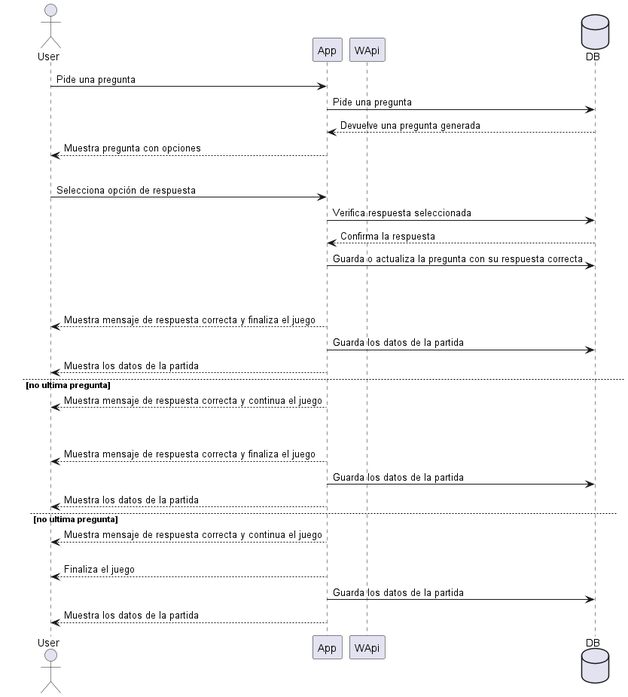
Earlier version of the PlantUML export images/Respuesta.png (Arquisoft/wiq_es6b).
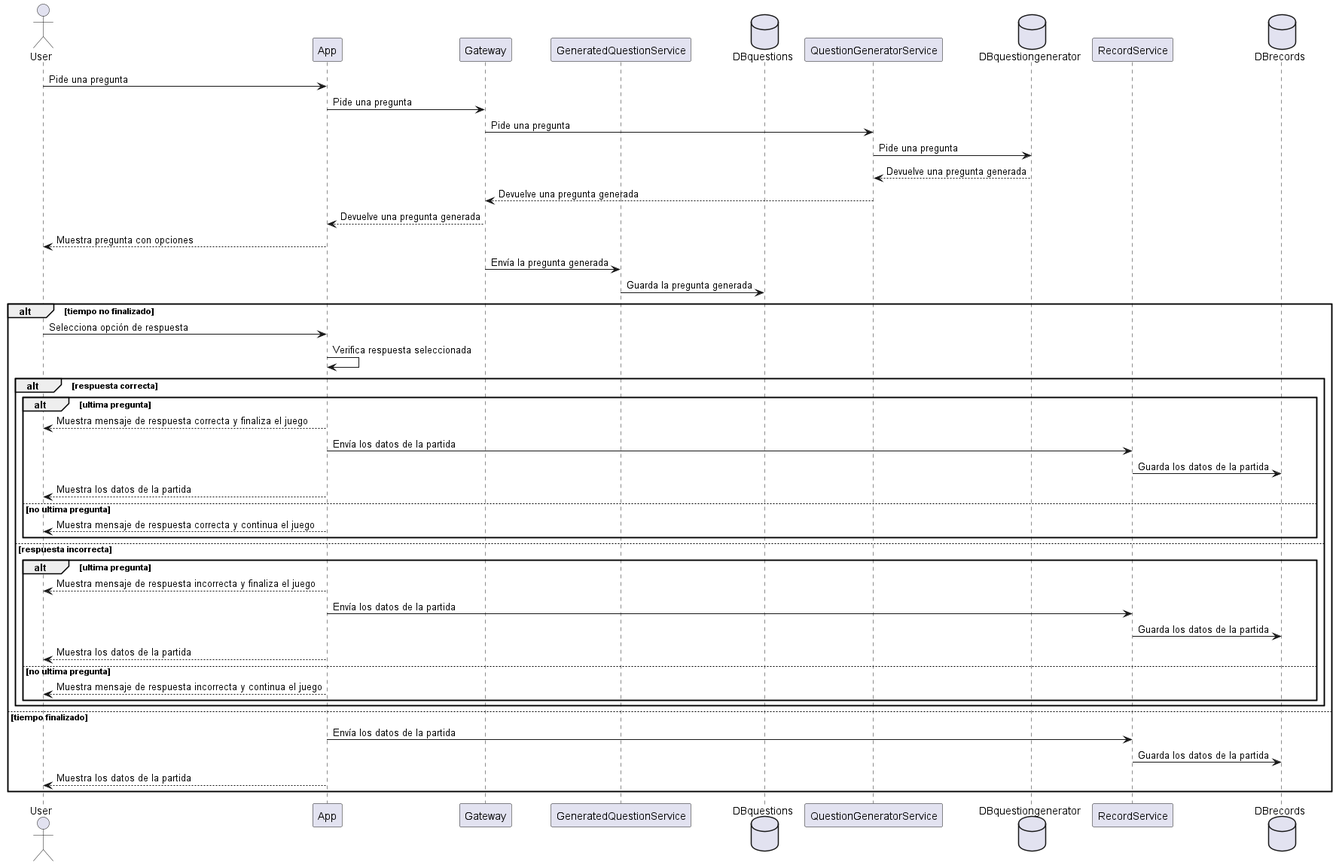
After the commit.

The edit, as a diff of the source:
```diff
@@ -1,34 +1,49 @@
 @startuml
 actor User
 participant App
-participant WApi
-database DB
+participant Gateway
+participant GeneratedQuestionService
+database DBquestions
+participant QuestionGeneratorService
+database DBquestiongenerator
+participant RecordService
+database DBrecords
 
 User -> App: Pide una pregunta
-App -> DB: Pide una pregunta
-App <-- DB: Devuelve una pregunta generada
+App -> Gateway: Pide una pregunta
+Gateway-> QuestionGeneratorService: Pide una pregunta
+QuestionGeneratorService -> DBquestiongenerator: Pide una pregunta
+QuestionGeneratorService <-- DBquestiongenerator: Devuelve una pregunta generada
+Gateway <-- QuestionGeneratorService : Devuelve una pregunta generada
+App <-- Gateway: Devuelve una pregunta generada
 User <-- App: Muestra pregunta con opciones
+Gateway -> GeneratedQuestionService: Envía la pregunta generada
+GeneratedQuestionService-> DBquestions: Guarda la pregunta generada
 alt tiempo no finalizado
     User -> App: Selecciona opción de respuesta
-    App -> DB: Verifica respuesta seleccionada
-    App <-- DB: Confirma la respuesta
-    App -> DB: Guarda o actualiza la pregunta con su respuesta correcta
+    App -> App: Verifica respuesta seleccionada
     alt respuesta correcta
         alt ultima pregunta
             User <-- App: Muestra mensaje de respuesta correcta y finaliza el juego
-            App -> DB: Guarda los datos de la partida
+            App -> RecordService: Envía los datos de la partida
+            RecordService -> DBrecords: Guarda los datos de la partida
             User <-- App: Muestra los datos de la partida
         else no ultima pregunta
             User <-- App: Muestra mensaje de respuesta correcta y continua el juego
+        end
     else respuesta incorrecta
         alt ultima pregunta
-            User <-- App: Muestra mensaje de respuesta correcta y finaliza el juego
-            App -> DB: Guarda los datos de la partida
+            User <-- App: Muestra mensaje de respuesta incorrecta y finaliza el juego
+            App -> RecordService: Envía los datos de la partida
+            RecordService -> DBrecords: Guarda los datos de la partida
             User <-- App: Muestra los datos de la partida
         else no ultima pregunta
-            User <-- App: Muestra mensaje de respuesta correcta y continua el juego
+            User <-- App: Muestra mensaje de respuesta incorrecta y continua el juego
+        end
+    end
 else tiempo finalizado
-    User <-- App: Finaliza el juego
-    App -> DB: Guarda los datos de la partida
+    App -> RecordService: Envía los datos de la partida
+    RecordService -> DBrecords: Guarda los datos de la partida
     User <-- App: Muestra los datos de la partida
+end
 @enduml
```
